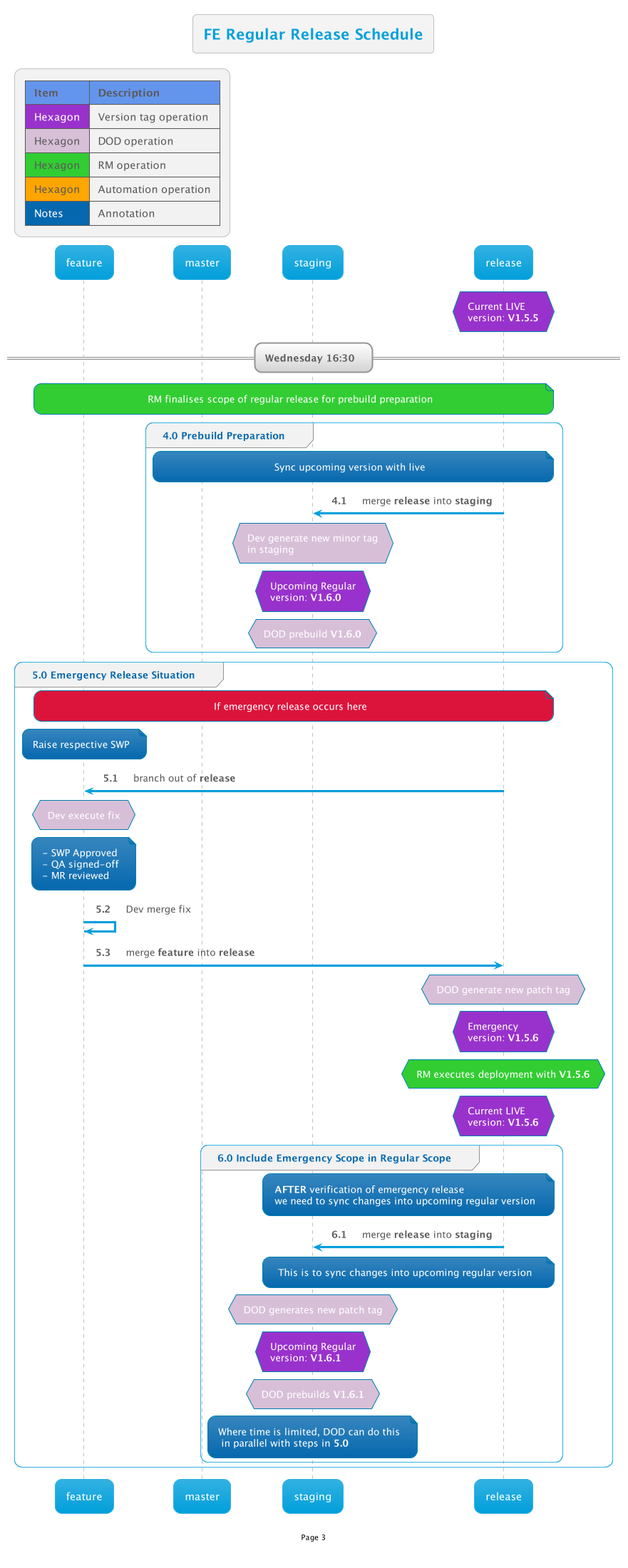
Above: out/Confluence/SOPWebFE/MergeFlow/3/3.png in thetomitomo/diagrams (PlantUML), before the change.
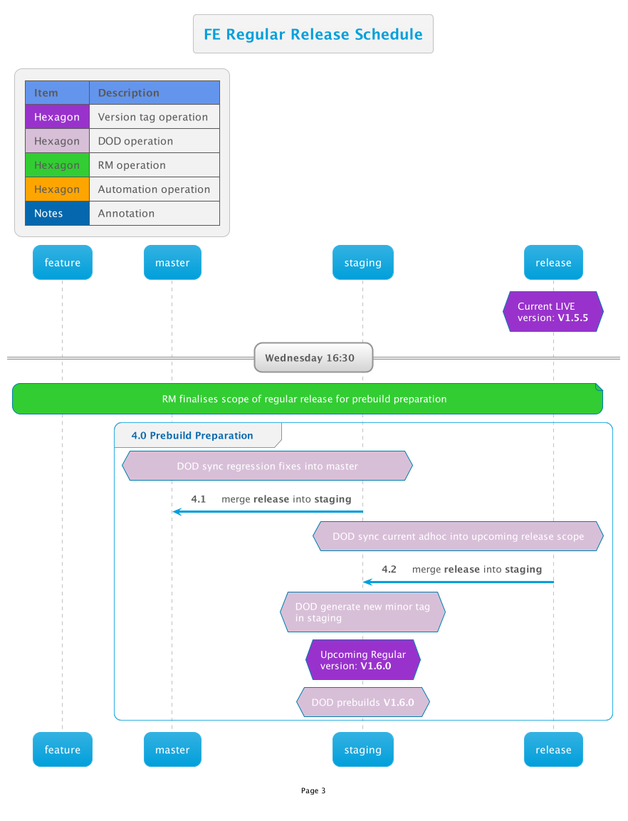
Later version of the same file.

Diff of the diagram source:
```diff
@@ -9,42 +9,15 @@
 == Wednesday 16:30  ==
 note over feature,release #LimeGreen: RM finalises scope of regular release for prebuild preparation
 group 4.0 Prebuild Preparation
-    note over master,release: Sync upcoming version with live
+    hnote over staging,master#Thistle: DOD sync regression fixes into master
+    staging->master: merge **release** into **staging**
+
+    hnote over staging,release#Thistle: DOD sync current adhoc into upcoming release scope
     release->staging: merge **release** into **staging**
 
-    hnote over staging#Thistle: Dev generate new minor tag\nin staging
+    hnote over staging#Thistle: DOD generate new minor tag\nin staging
     hnote over staging #DarkOrchid: Upcoming Regular\nversion: **V1.6.0**
-    hnote over staging#Thistle: DOD prebuild **V1.6.0**
+    hnote over staging#Thistle: DOD prebuilds **V1.6.0**
 end group
 
-
-autonumber inc A
-group 5.0 Emergency Release Situation
-    note over feature,release #Crimson: If emergency release occurs here
-
-    note over feature: Raise respective SWP
-    release->feature: branch out of **release**
-    hnote over feature #Thistle: Dev execute fix
-    note over feature: - SWP Approved\n- QA signed-off\n- MR reviewed
-    feature->feature: Dev merge fix
-
-    feature->release: merge **feature** into **release**
-
-    hnote over release#Thistle: DOD generate new patch tag
-    hnote over release #DarkOrchid: Emergency\nversion: **V1.5.6**
-    hnote over release#LimeGreen: RM executes deployment with **V1.5.6**
-    hnote over release #DarkOrchid: Current LIVE\nversion: **V1.5.6**
-
-    autonumber inc A
-    group 6.0 Include Emergency Scope in Regular Scope
-        note over staging,release: **AFTER** verification of emergency release\nwe need to sync changes into upcoming regular version
-        release->staging: merge **release** into **staging**
-        note over staging,release: This is to sync changes into upcoming regular version
-
-        hnote over staging#Thistle: DOD generates new patch tag
-        hnote over staging #DarkOrchid: Upcoming Regular\nversion: **V1.6.1**
-        hnote over staging#Thistle: DOD prebuilds **V1.6.1**
-        note over staging: Where time is limited, DOD can do this\n in parallel with steps in **5.0**
-    end group
-end group
 @enduml
```
